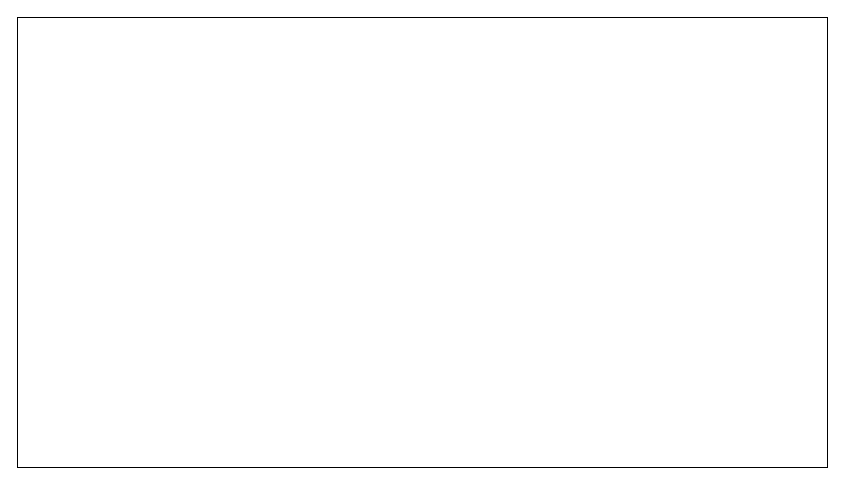
Above: 系统搭建基础.drawio in rishengcanye/DesignDiagram (draw.io), before the change. Source tidied: cells renumbered, new cells numbered last; positions are measured from the earlier drawing's top-left corner, leaving out a move shared by most shapes. Both pictures are drawn from the tidied source at 100%, with x=0, y=0 at pixel (17, 17).
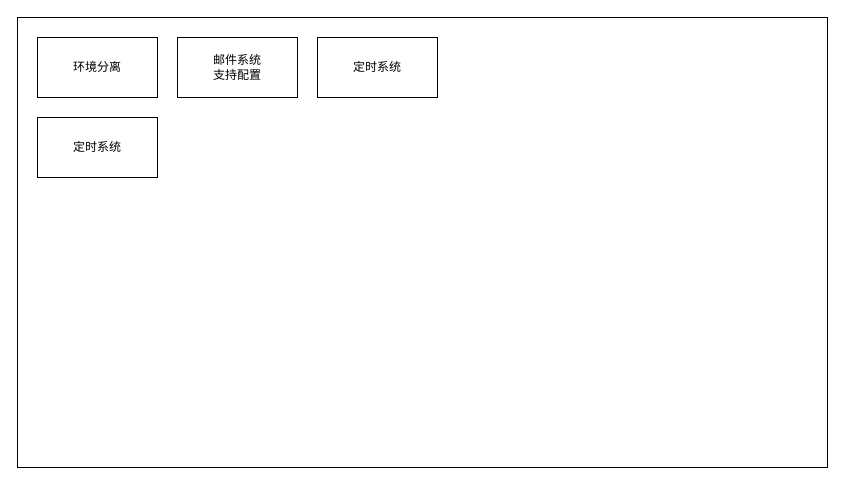
Above is the later version.

Commit message (it also covers changes not shown here):
Update 系统搭建基础.drawio

Diff of the diagram source:
```diff
@@
 <mxGraphModel>
   <root>
     <mxCell id="0" />
     <mxCell id="1" parent="0" />
     <mxCell id="2" style="rounded=0;whiteSpace=wrap;html=1;" parent="1" vertex="1">
       <mxGeometry width="810" height="450" as="geometry" />
     </mxCell>
+    <mxCell id="3" value="环境分离" style="rounded=0;whiteSpace=wrap;html=1;" parent="1" vertex="1">
+      <mxGeometry x="20" y="20" width="120" height="60" as="geometry" />
+    </mxCell>
+    <mxCell id="4" value="邮件系统&lt;br&gt;支持配置" style="rounded=0;whiteSpace=wrap;html=1;" parent="1" vertex="1">
+      <mxGeometry x="160" y="20" width="120" height="60" as="geometry" />
+    </mxCell>
+    <mxCell id="5" value="定时系统" style="rounded=0;whiteSpace=wrap;html=1;" parent="1" vertex="1">
+      <mxGeometry x="300" y="20" width="120" height="60" as="geometry" />
+    </mxCell>
+    <mxCell id="6" value="定时系统" style="rounded=0;whiteSpace=wrap;html=1;" parent="1" vertex="1">
+      <mxGeometry x="20" y="100" width="120" height="60" as="geometry" />
+    </mxCell>
   </root>
 </mxGraphModel>
```
